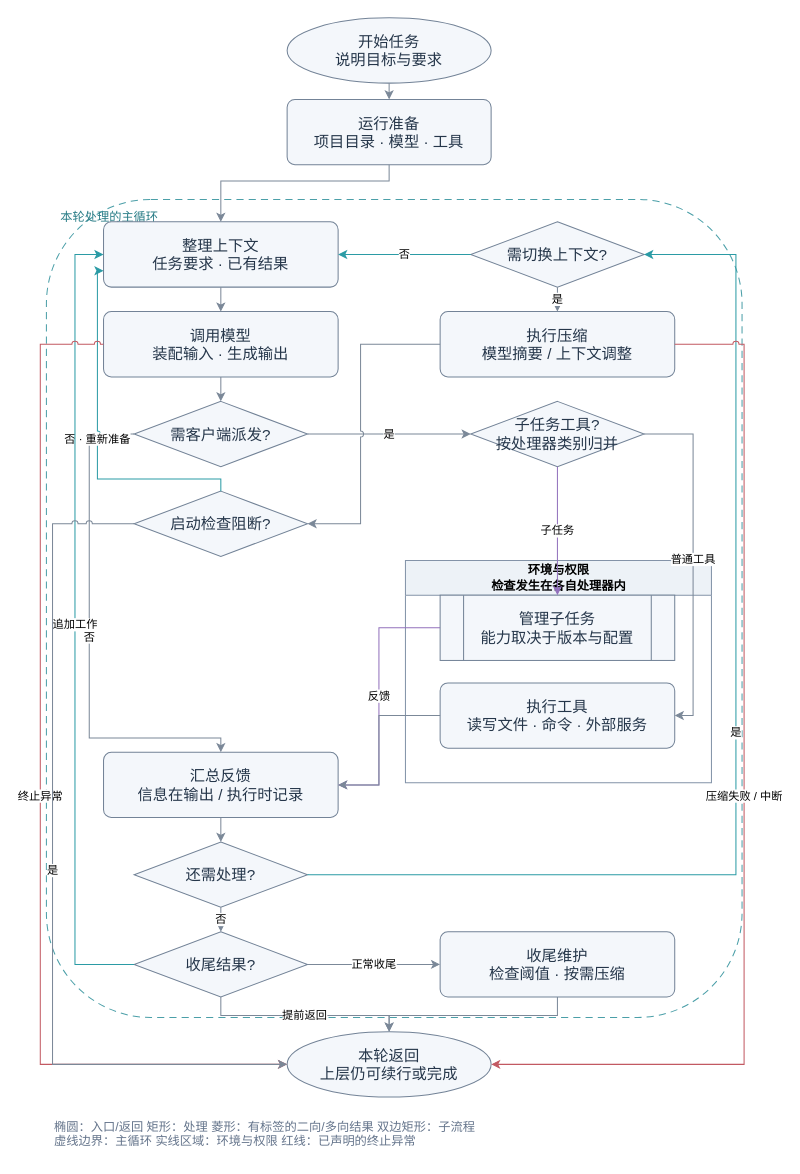
The draw.io diagram page "Codex" (2 of 2) of docs/assets/coding-agent-flows.drawio in ZiAn-Su/harness-viz, before the edit. Source tidied: cells renumbered, new cells numbered last; positions are measured from the earlier drawing's top-left corner, leaving out a move shared by most shapes. Both pictures are drawn from the tidied source at 102%, with x=0, y=0 at pixel (40, 17).
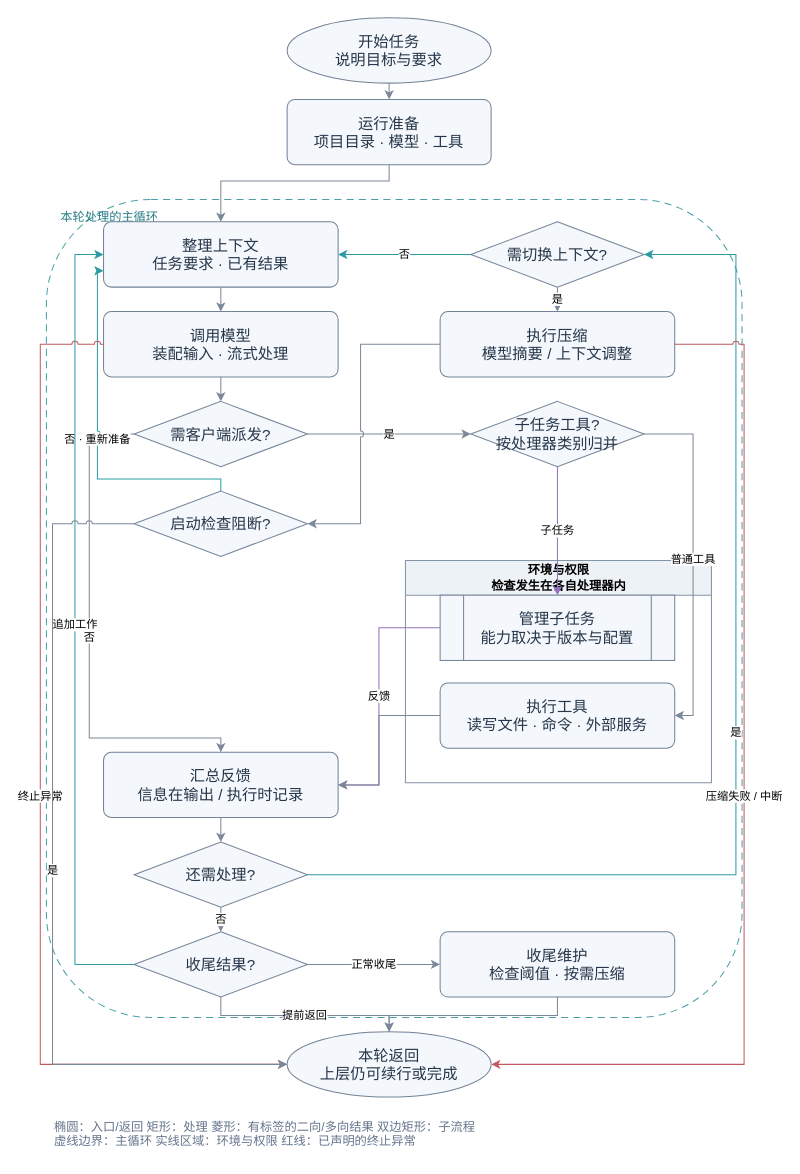
The same page after the edit.

The change refers to these unchanged cells:
```xml
<mxCell id="2" value="本轮处理的主循环" style="rounded=1;dashed=1;dashPattern=7 5;whiteSpace=wrap;html=1;verticalAlign=top;align=left;spacingTop=4;spacingLeft=12;fontSize=12;fontColor=#287c86;strokeColor=#4b9fa8;fillColor=none;" parent="1" vertex="1">
  <mxGeometry x="6" y="178" width="682" height="802" as="geometry" />
</mxCell>
```

Diff of the diagram source:
```diff
@@
-    <mxCell id="9" value="调用模型&#10;装配输入 · 生成输出" style="rounded=1;arcSize=12;whiteSpace=wrap;html=1;fontSize=15;fontColor=#25364a;strokeColor=#738397;fillColor=#f4f7fb;" parent="2" vertex="1">
+    <mxCell id="9" value="调用模型&#10;装配输入 · 流式处理" style="rounded=1;arcSize=12;whiteSpace=wrap;html=1;fontSize=15;fontColor=#25364a;strokeColor=#738397;fillColor=#f4f7fb;" parent="2" vertex="1">
       <mxGeometry x="56" y="110" width="230" height="64" as="geometry" />
     </mxCell>
```
